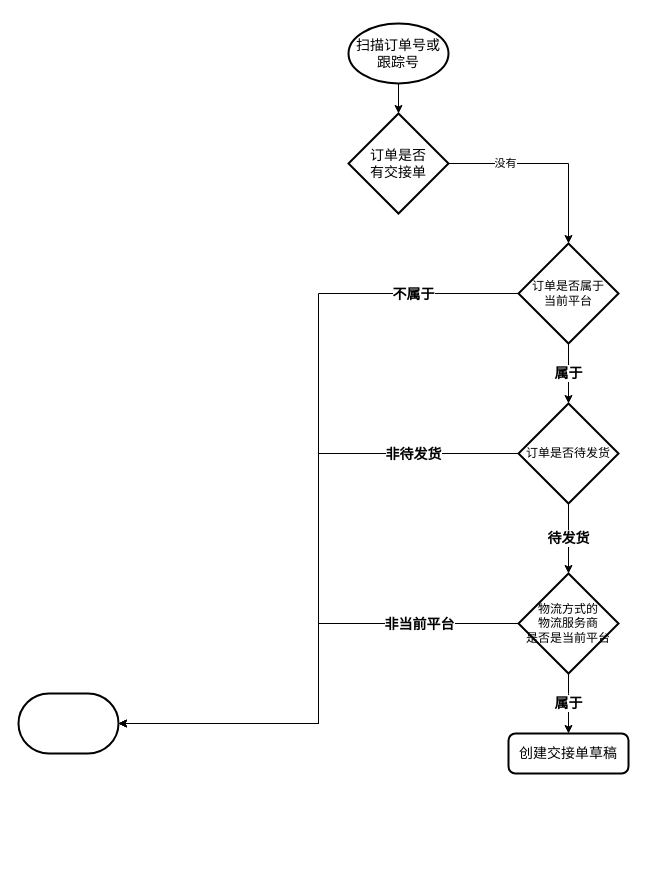
This is longpean/OMS-交接单-创建本地交接单.drawio from GitHeP/diagrams, a draw.io file, before an edit. Source tidied: cells renumbered, new cells numbered last; positions are measured from the earlier drawing's top-left corner, leaving out a move shared by most shapes. Both pictures are drawn from the tidied source at 100%, with x=0, y=0 at pixel (18, 23).
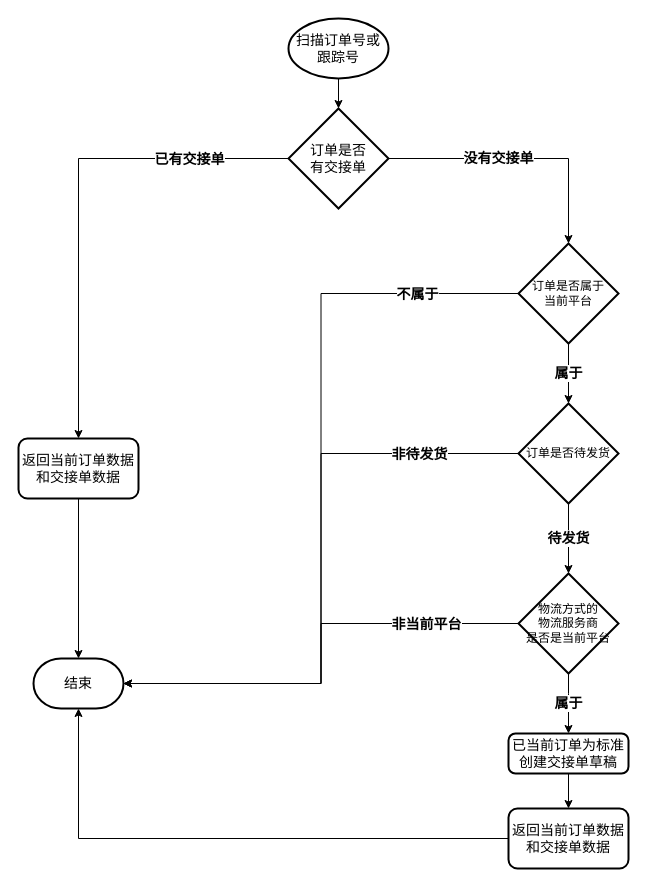
Above is the later version.

Commit message:
更新OMS-交接单-创建本地交接单.drawio

Unchanged cells that the change refers to:
```xml
<mxCell id="9" value="订单是否属于&lt;br&gt;当前平台" style="strokeWidth=2;html=1;shape=mxgraph.flowchart.decision;whiteSpace=wrap;" parent="1" vertex="1">
  <mxGeometry x="500" y="220" width="100" height="100" as="geometry" />
</mxCell>
```

What changed in the source:
```diff
@@
     <mxCell id="3" value="&lt;font style=&quot;font-size: 14px;&quot;&gt;扫描订单号或&lt;br&gt;跟踪号&lt;/font&gt;" style="strokeWidth=2;html=1;shape=mxgraph.flowchart.start_1;whiteSpace=wrap;" parent="1" vertex="1">
-      <mxGeometry x="330" width="100" height="60" as="geometry" />
+      <mxGeometry x="270" y="-5" width="100" height="60" as="geometry" />
     </mxCell>
-    <mxCell id="4" value="没有" style="edgeStyle=orthogonalEdgeStyle;rounded=0;jettySize=auto;html=1;" parent="1" edge="1" source="5" target="9">
-      <mxGeometry x="-0.43" relative="1" as="geometry" />
+    <mxCell id="4" value="&lt;b&gt;&lt;font style=&quot;font-size: 14px;&quot;&gt;没有交接单&lt;/font&gt;&lt;/b&gt;" style="edgeStyle=orthogonalEdgeStyle;rounded=0;jettySize=auto;html=1;" parent="1" edge="1" source="5" target="9">
+      <mxGeometry x="-0.17" relative="1" as="geometry">
+        <Array as="points">
+          <mxPoint x="550" y="135" />
+        </Array>
+      </mxGeometry>
     </mxCell>
+    <mxCell id="20" style="edgeStyle=orthogonalEdgeStyle;rounded=0;jettySize=auto;html=1;" parent="1" edge="1" source="5" target="24">
+      <mxGeometry relative="1" as="geometry" />
+    </mxCell>
+    <mxCell id="21" value="&lt;b&gt;&lt;font style=&quot;font-size: 14px;&quot;&gt;已有交接单&lt;/font&gt;&lt;/b&gt;" style="edgeLabel;html=1;align=center;verticalAlign=middle;" parent="20" vertex="1">
+      <mxGeometry x="-0.1" y="1" relative="1" as="geometry">
+        <mxPoint x="109" y="-11" as="offset" />
+      </mxGeometry>
+    </mxCell>
     <mxCell id="5" value="&lt;font style=&quot;font-size: 14px;&quot;&gt;订单是否&lt;br&gt;有交接单&lt;/font&gt;" style="strokeWidth=2;html=1;shape=mxgraph.flowchart.decision;whiteSpace=wrap;" parent="1" vertex="1">
-      <mxGeometry x="330" y="90" width="100" height="100" as="geometry" />
+      <mxGeometry x="270" y="85" width="100" height="100" as="geometry" />
     </mxCell>
@@
-    <mxCell id="10" style="strokeWidth=2;html=1;shape=mxgraph.flowchart.terminator;whiteSpace=wrap;" parent="1" vertex="1">
-      <mxGeometry y="670" width="100" height="60" as="geometry" />
+    <mxCell id="10" value="&lt;font style=&quot;font-size: 14px;&quot;&gt;结束&lt;/font&gt;" style="strokeWidth=2;html=1;shape=mxgraph.flowchart.terminator;whiteSpace=wrap;" parent="1" vertex="1">
+      <mxGeometry x="15" y="635" width="90" height="50" as="geometry" />
     </mxCell>
@@
+    <mxCell id="22" style="edgeStyle=orthogonalEdgeStyle;rounded=0;jettySize=auto;html=1;" parent="1" edge="1" source="19" target="26">
+      <mxGeometry relative="1" as="geometry" />
+    </mxCell>
-    <mxCell id="19" value="&lt;font style=&quot;font-size: 14px;&quot;&gt;创建交接单草稿&lt;/font&gt;" style="rounded=1;whiteSpace=wrap;html=1;absoluteArcSize=1;arcSize=14;strokeWidth=2;" parent="1" vertex="1">
+    <mxCell id="19" value="&lt;font style=&quot;font-size: 14px;&quot;&gt;已当前订单为标准创建交接单草稿&lt;/font&gt;" style="rounded=1;whiteSpace=wrap;html=1;absoluteArcSize=1;arcSize=14;strokeWidth=2;" parent="1" vertex="1">
       <mxGeometry x="490" y="710" width="120" height="40" as="geometry" />
     </mxCell>
+    <mxCell id="23" style="edgeStyle=orthogonalEdgeStyle;rounded=0;jettySize=auto;html=1;" parent="1" edge="1" source="24" target="10">
+      <mxGeometry relative="1" as="geometry" />
+    </mxCell>
+    <mxCell id="24" value="&lt;font style=&quot;font-size: 14px;&quot;&gt;返回当前订单数据&lt;br&gt;和交接单数据&lt;/font&gt;" style="rounded=1;whiteSpace=wrap;html=1;strokeWidth=2;" parent="1" vertex="1">
+      <mxGeometry y="415" width="120" height="60" as="geometry" />
+    </mxCell>
+    <mxCell id="25" style="edgeStyle=orthogonalEdgeStyle;rounded=0;jettySize=auto;html=1;entryX=0.5;entryY=1;entryDx=0;entryDy=0;entryPerimeter=0;exitX=0;exitY=0.5;exitDx=0;exitDy=0;" parent="1" edge="1" source="26" target="10">
+      <mxGeometry relative="1" as="geometry" />
+    </mxCell>
+    <mxCell id="26" value="&lt;font style=&quot;font-size: 14px;&quot;&gt;返回当前订单数据&lt;br&gt;和交接单数据&lt;/font&gt;" style="rounded=1;whiteSpace=wrap;html=1;strokeWidth=2;" parent="1" vertex="1">
+      <mxGeometry x="490" y="785" width="120" height="60" as="geometry" />
+    </mxCell>
```
